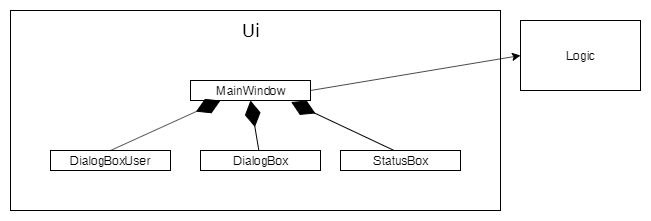
Before: docs/images/UiClassDiagram.png, a diagram exported from draw.io (sevenmatt7/main). Source tidied: cells renumbered, new cells last; positions are measured from the earlier drawing's top-left corner, leaving out a move shared by most shapes. The source it was exported from:
```xml
<mxGraphModel>
  <root>
    <mxCell id="0" />
    <mxCell id="1" parent="0" />
    <mxCell id="2" style="rounded=0;whiteSpace=wrap;html=1;" parent="1" vertex="1">
      <mxGeometry width="490" height="200" as="geometry" />
    </mxCell>
    <mxCell id="3" value="Logic" style="rounded=0;whiteSpace=wrap;html=1;" parent="1" vertex="1">
      <mxGeometry x="510" y="10" width="120" height="70" as="geometry" />
    </mxCell>
    <mxCell id="4" value="&lt;font style=&quot;font-size: 18px&quot;&gt;Ui&lt;/font&gt;" style="text;html=1;strokeColor=none;fillColor=none;align=center;verticalAlign=middle;whiteSpace=wrap;rounded=0;" parent="1" vertex="1">
      <mxGeometry x="220" y="10" width="40" height="20" as="geometry" />
    </mxCell>
    <mxCell id="5" value="MainWindow" style="rounded=0;whiteSpace=wrap;html=1;" parent="1" vertex="1">
      <mxGeometry x="180" y="70" width="120" height="20" as="geometry" />
    </mxCell>
    <mxCell id="6" value="StatusBox" style="rounded=0;whiteSpace=wrap;html=1;" parent="1" vertex="1">
      <mxGeometry x="330" y="140" width="120" height="20" as="geometry" />
    </mxCell>
    <mxCell id="7" value="DialogBox" style="rounded=0;whiteSpace=wrap;html=1;" parent="1" vertex="1">
      <mxGeometry x="190" y="140" width="120" height="20" as="geometry" />
    </mxCell>
    <mxCell id="8" value="DialogBoxUser" style="rounded=0;whiteSpace=wrap;html=1;" parent="1" vertex="1">
      <mxGeometry x="40" y="140" width="120" height="20" as="geometry" />
    </mxCell>
    <mxCell id="9" style="endArrow=diamondThin;endFill=1;endSize=24;html=1;entryX=0.25;entryY=1;entryDx=0;entryDy=0;exitX=0.5;exitY=0;exitDx=0;exitDy=0;" parent="1" edge="1" source="8" target="5">
      <mxGeometry relative="1" as="geometry" />
    </mxCell>
    <mxCell id="10" style="endArrow=diamondThin;endFill=1;endSize=24;html=1;entryX=0.5;entryY=1;entryDx=0;entryDy=0;" parent="1" edge="1" source="7" target="5">
      <mxGeometry relative="1" as="geometry" />
    </mxCell>
    <mxCell id="11" style="endArrow=diamondThin;endFill=1;endSize=24;html=1;entryX=0.838;entryY=1.075;entryDx=0;entryDy=0;entryPerimeter=0;exitX=0.438;exitY=-0.025;exitDx=0;exitDy=0;exitPerimeter=0;" parent="1" edge="1" source="6" target="5">
      <mxGeometry relative="1" as="geometry" />
    </mxCell>
    <mxCell id="12" style="endArrow=classic;html=1;entryX=0;entryY=0.5;entryDx=0;entryDy=0;exitX=1;exitY=0.5;exitDx=0;exitDy=0;" parent="1" edge="1" source="5" target="3">
      <mxGeometry relative="1" as="geometry" />
    </mxCell>
  </root>
</mxGraphModel>
```
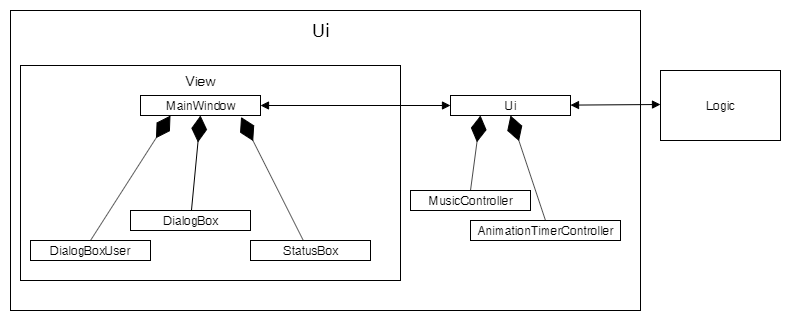
Above is the later version.

What changed in the source:
```diff
@@ -3,26 +3,29 @@
     <mxCell id="0" />
     <mxCell id="1" parent="0" />
     <mxCell id="2" style="rounded=0;whiteSpace=wrap;html=1;" parent="1" vertex="1">
-      <mxGeometry width="490" height="200" as="geometry" />
+      <mxGeometry x="-120" y="-40" width="630" height="300" as="geometry" />
     </mxCell>
+    <mxCell id="13" style="rounded=0;whiteSpace=wrap;html=1;" parent="1" vertex="1">
+      <mxGeometry x="-110" y="15" width="380" height="215" as="geometry" />
+    </mxCell>
+    <mxCell id="8" value="DialogBoxUser" style="rounded=0;whiteSpace=wrap;html=1;" parent="1" vertex="1">
+      <mxGeometry x="-100" y="190" width="120" height="20" as="geometry" />
+    </mxCell>
     <mxCell id="3" value="Logic" style="rounded=0;whiteSpace=wrap;html=1;" parent="1" vertex="1">
-      <mxGeometry x="510" y="10" width="120" height="70" as="geometry" />
+      <mxGeometry x="530" y="20" width="120" height="70" as="geometry" />
     </mxCell>
     <mxCell id="4" value="&lt;font style=&quot;font-size: 18px&quot;&gt;Ui&lt;/font&gt;" style="text;html=1;strokeColor=none;fillColor=none;align=center;verticalAlign=middle;whiteSpace=wrap;rounded=0;" parent="1" vertex="1">
-      <mxGeometry x="220" y="10" width="40" height="20" as="geometry" />
+      <mxGeometry x="170" y="-30" width="40" height="20" as="geometry" />
     </mxCell>
     <mxCell id="5" value="MainWindow" style="rounded=0;whiteSpace=wrap;html=1;" parent="1" vertex="1">
-      <mxGeometry x="180" y="70" width="120" height="20" as="geometry" />
+      <mxGeometry x="10" y="45" width="120" height="20" as="geometry" />
     </mxCell>
     <mxCell id="6" value="StatusBox" style="rounded=0;whiteSpace=wrap;html=1;" parent="1" vertex="1">
-      <mxGeometry x="330" y="140" width="120" height="20" as="geometry" />
+      <mxGeometry x="120" y="190" width="120" height="20" as="geometry" />
     </mxCell>
     <mxCell id="7" value="DialogBox" style="rounded=0;whiteSpace=wrap;html=1;" parent="1" vertex="1">
-      <mxGeometry x="190" y="140" width="120" height="20" as="geometry" />
+      <mxGeometry y="160" width="120" height="20" as="geometry" />
     </mxCell>
-    <mxCell id="8" value="DialogBoxUser" style="rounded=0;whiteSpace=wrap;html=1;" parent="1" vertex="1">
-      <mxGeometry x="40" y="140" width="120" height="20" as="geometry" />
-    </mxCell>
     <mxCell id="9" style="endArrow=diamondThin;endFill=1;endSize=24;html=1;entryX=0.25;entryY=1;entryDx=0;entryDy=0;exitX=0.5;exitY=0;exitDx=0;exitDy=0;" parent="1" edge="1" source="8" target="5">
       <mxGeometry relative="1" as="geometry" />
     </mxCell>
@@ -32,8 +35,33 @@
     <mxCell id="11" style="endArrow=diamondThin;endFill=1;endSize=24;html=1;entryX=0.838;entryY=1.075;entryDx=0;entryDy=0;entryPerimeter=0;exitX=0.438;exitY=-0.025;exitDx=0;exitDy=0;exitPerimeter=0;" parent="1" edge="1" source="6" target="5">
       <mxGeometry relative="1" as="geometry" />
     </mxCell>
-    <mxCell id="12" style="endArrow=classic;html=1;entryX=0;entryY=0.5;entryDx=0;entryDy=0;exitX=1;exitY=0.5;exitDx=0;exitDy=0;" parent="1" edge="1" source="5" target="3">
-      <mxGeometry relative="1" as="geometry" />
-    </mxCell>
+    <mxCell id="14" style="endArrow=block;startArrow=block;endFill=1;startFill=1;html=1;" parent="1" edge="1" target="20">
+      <mxGeometry relative="1" as="geometry">
+        <mxPoint x="130" y="55" as="sourcePoint" />
+      </mxGeometry>
+    </mxCell>
+    <mxCell id="15" value="MusicController" style="rounded=0;whiteSpace=wrap;html=1;" parent="1" vertex="1">
+      <mxGeometry x="280" y="140" width="120" height="20" as="geometry" />
+    </mxCell>
+    <mxCell id="16" value="AnimationTimerController" style="rounded=0;whiteSpace=wrap;html=1;" parent="1" vertex="1">
+      <mxGeometry x="340" y="170" width="150" height="20" as="geometry" />
+    </mxCell>
+    <mxCell id="17" style="endArrow=diamondThin;endFill=1;endSize=24;html=1;entryX=0.25;entryY=1;entryDx=0;entryDy=0;exitX=0.5;exitY=0;exitDx=0;exitDy=0;" parent="1" edge="1" source="15" target="20">
+      <mxGeometry relative="1" as="geometry" />
+    </mxCell>
+    <mxCell id="18" style="endArrow=diamondThin;endFill=1;endSize=24;html=1;entryX=0.5;entryY=1;entryDx=0;entryDy=0;exitX=0.5;exitY=0;exitDx=0;exitDy=0;" parent="1" edge="1" source="16" target="20">
+      <mxGeometry relative="1" as="geometry" />
+    </mxCell>
+    <mxCell id="19" style="endArrow=block;startArrow=block;endFill=1;startFill=1;html=1;" parent="1" edge="1" source="20">
+      <mxGeometry relative="1" as="geometry">
+        <mxPoint x="530" y="54" as="targetPoint" />
+      </mxGeometry>
+    </mxCell>
+    <mxCell id="20" value="Ui" style="rounded=0;whiteSpace=wrap;html=1;" parent="1" vertex="1">
+      <mxGeometry x="320" y="45" width="120" height="20" as="geometry" />
+    </mxCell>
+    <mxCell id="21" value="&lt;font style=&quot;font-size: 14px&quot;&gt;View&lt;/font&gt;" style="text;html=1;strokeColor=none;fillColor=none;align=center;verticalAlign=middle;whiteSpace=wrap;rounded=0;" parent="1" vertex="1">
+      <mxGeometry x="30" y="20" width="80" height="20" as="geometry" />
+    </mxCell>
   </root>
 </mxGraphModel>
```
